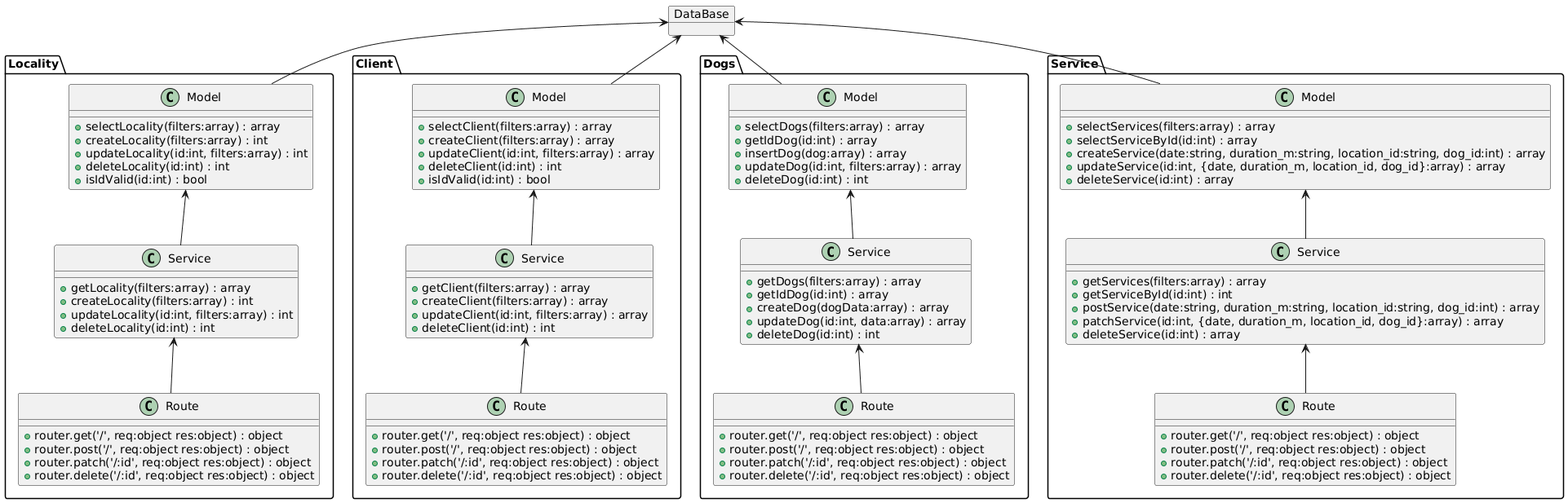
The PlantUML diagram Documentation/UML/UML.png in davidgalindo-git/ProjBack_IDFN, before a commit. Source of this version:
```plantuml
@startuml
object DataBase {

}

DataBase <-- Locality.Model
object Locality.Model {
    + selectLocality(filters:array) : array
    + createLocality(filters:array) : int
    + updateLocality(id:int, filters:array) : int
    + deleteLocality(id:int) : int
    + isIdValid(id:int) : bool
}

Locality.Model <-- Locality.Service
object Locality.Service {
    + getLocality(filters:array) : array
    + createLocality(filters:array) : int
    + updateLocality(id:int, filters:array) : int
    + deleteLocality(id:int) : int
}

Locality.Service <-- Locality.Route
object Locality.Route {
    + router.get('/', req:object res:object) : object
    + router.post('/', req:object res:object) : object
    + router.patch('/:id', req:object res:object) : object
    + router.delete('/:id', req:object res:object) : object
}




DataBase <-- Client.Model
object Client.Model {
    + selectClient(filters:array) : array
    + createClient(filters:array) : array
    + updateClient(id:int, filters:array) : array
    + deleteClient(id:int) : int
    + isIdValid(id:int) : bool
}

Client.Model <-- Client.Service
object Client.Service {
    + getClient(filters:array) : array
    + createClient(filters:array) : array
    + updateClient(id:int, filters:array) : array
    + deleteClient(id:int) : int
}

Client.Service <-- Client.Route
object Client.Route {
    + router.get('/', req:object res:object) : object
    + router.post('/', req:object res:object) : object
    + router.patch('/:id', req:object res:object) : object
    + router.delete('/:id', req:object res:object) : object
}




DataBase <-- Dogs.Model
object Dogs.Model {
    + selectDogs(filters:array) : array
    + getIdDog(id:int) : array
    + insertDog(dog:array) : array
    + updateDog(id:int, filters:array) : array
    + deleteDog(id:int) : int
}

Dogs.Model <-- Dogs.Service
object Dogs.Service {
    + getDogs(filters:array) : array
    + getIdDog(id:int) : array
    + createDog(dogData:array) : array
    + updateDog(id:int, data:array) : array
    + deleteDog(id:int) : int
}

Dogs.Service <-- Dogs.Route
object Dogs.Route {
    + router.get('/', req:object res:object) : object
    + router.post('/', req:object res:object) : object
    + router.patch('/:id', req:object res:object) : object
    + router.delete('/:id', req:object res:object) : object
}




DataBase <-- Service.Model
object Service.Model {
    + selectServices(filters:array) : array
    + selectServiceById(id:int) : array
    + createService(date:string, duration_m:string, location_id:string, dog_id:int) : array
    + updateService(id:int, {date, duration_m, location_id, dog_id}:array) : array
    + deleteService(id:int) : array
}

Service.Model <-- Service.Service
object Service.Service {
    + getServices(filters:array) : array
    + getServiceById(id:int) : int
    + postService(date:string, duration_m:string, location_id:string, dog_id:int) : array
    + patchService(id:int, {date, duration_m, location_id, dog_id}:array) : array
    + deleteService(id:int) : array
}

Service.Service <-- Service.Route
object Service.Route {
    + router.get('/', req:object res:object) : object
    + router.post('/', req:object res:object) : object
    + router.patch('/:id', req:object res:object) : object
    + router.delete('/:id', req:object res:object) : object
}
@enduml
```
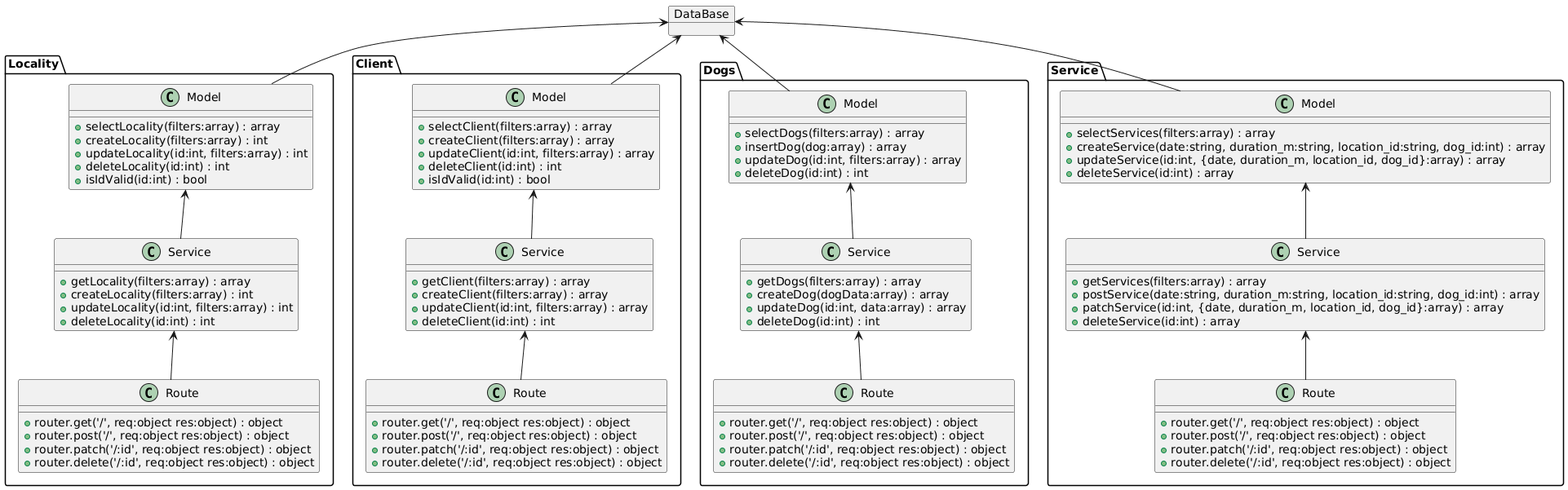
After the change.

What changed in the source:
```diff
@@ -62,7 +62,6 @@
 DataBase <-- Dogs.Model
 object Dogs.Model {
     + selectDogs(filters:array) : array
-    + getIdDog(id:int) : array
     + insertDog(dog:array) : array
     + updateDog(id:int, filters:array) : array
     + deleteDog(id:int) : int
@@ -71,7 +70,6 @@
 Dogs.Model <-- Dogs.Service
 object Dogs.Service {
     + getDogs(filters:array) : array
-    + getIdDog(id:int) : array
     + createDog(dogData:array) : array
     + updateDog(id:int, data:array) : array
     + deleteDog(id:int) : int
@@ -91,7 +89,6 @@
 DataBase <-- Service.Model
 object Service.Model {
     + selectServices(filters:array) : array
-    + selectServiceById(id:int) : array
     + createService(date:string, duration_m:string, location_id:string, dog_id:int) : array
     + updateService(id:int, {date, duration_m, location_id, dog_id}:array) : array
     + deleteService(id:int) : array
@@ -100,7 +97,6 @@
 Service.Model <-- Service.Service
 object Service.Service {
     + getServices(filters:array) : array
-    + getServiceById(id:int) : int
     + postService(date:string, duration_m:string, location_id:string, dog_id:int) : array
     + patchService(id:int, {date, duration_m, location_id, dog_id}:array) : array
     + deleteService(id:int) : array
```
